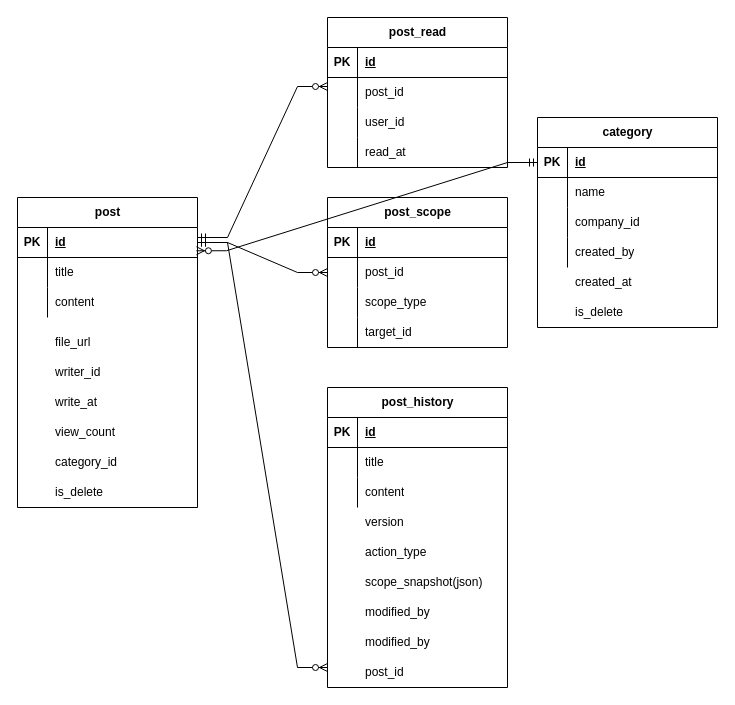
The draw.io diagram leaveEalry/게시판ERD.drawio in kikii-develope/system_architecture_design, before the edit. Source tidied: cells renumbered, new cells numbered last; positions are measured from the earlier drawing's top-left corner, leaving out a move shared by most shapes. Both pictures are drawn from the tidied source at 100%, with x=0, y=0 at pixel (17, 17).
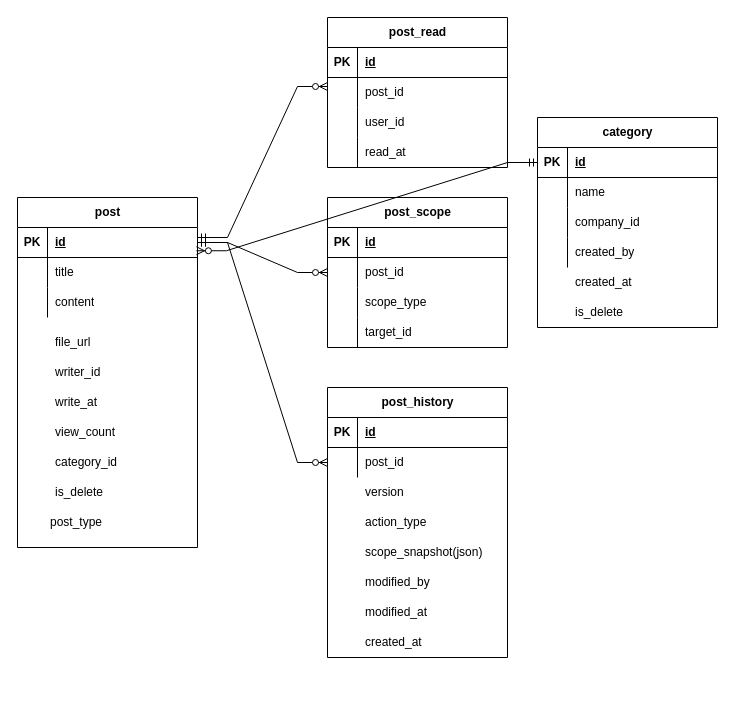
After the change.

Commit message:
게시판ERD.drawio이 추가되었습니다.

Unchanged cells that the change refers to:
```xml
<mxCell id="16" style="shape=tableRow;horizontal=0;startSize=0;swimlaneHead=0;swimlaneBody=0;fillColor=none;points=[[0,0.5],[1,0.5]];portConstraint=eastwest;top=0;left=0;right=0;bottom=1;" parent="15" vertex="1">
  <mxGeometry y="30" width="180" height="30" as="geometry" />
</mxCell>
<mxCell id="42" style="shape=tableRow;horizontal=0;startSize=0;swimlaneHead=0;swimlaneBody=0;fillColor=none;points=[[0,0.5],[1,0.5]];portConstraint=eastwest;top=0;left=0;right=0;bottom=0;" parent="38" vertex="1">
  <mxGeometry y="60" width="180" height="30" as="geometry" />
</mxCell>
<mxCell id="48" style="shape=tableRow;horizontal=0;startSize=0;swimlaneHead=0;swimlaneBody=0;fillColor=none;top=0;left=0;right=0;bottom=0;" parent="1" vertex="1">
  <mxGeometry x="310" y="490" width="180" height="30" as="geometry" />
</mxCell>
```

The edit, as a diff of the source:
```diff
@@
     <mxCell id="15" value="post" style="shape=table;startSize=30;childLayout=tableLayout;rowLines=0;fontStyle=1;align=center;html=1;" parent="1" vertex="1">
-      <mxGeometry y="180" width="180" height="310" as="geometry" />
+      <mxGeometry y="180" width="180" height="350" as="geometry" />
     </mxCell>
@@
     <mxCell id="38" value="post_history" style="shape=table;startSize=30;childLayout=tableLayout;rowLines=0;fontStyle=1;align=center;html=1;" parent="1" vertex="1">
-      <mxGeometry x="310" y="370" width="180" height="300" as="geometry" />
+      <mxGeometry x="310" y="370" width="180" height="270" as="geometry" />
     </mxCell>
@@
-    <mxCell id="44" value="title" style="shape=partialRectangle;fillColor=none;top=0;left=0;bottom=0;right=0;align=left;spacingLeft=6;overflow=hidden;whiteSpace=wrap;html=1;" parent="42" vertex="1">
+    <mxCell id="44" value="post_id" style="shape=partialRectangle;fillColor=none;top=0;left=0;bottom=0;right=0;align=left;spacingLeft=6;overflow=hidden;whiteSpace=wrap;html=1;" parent="42" vertex="1">
       <mxGeometry x="30" width="150" height="30" as="geometry" />
     </mxCell>
-    <mxCell id="45" style="shape=tableRow;horizontal=0;startSize=0;swimlaneHead=0;swimlaneBody=0;fillColor=none;top=0;left=0;right=0;bottom=0;" parent="38" vertex="1">
-      <mxGeometry y="90" width="180" height="30" as="geometry" />
-    </mxCell>
-    <mxCell id="46" style="shape=partialRectangle;fillColor=none;top=0;left=0;bottom=0;right=0;overflow=hidden;whiteSpace=wrap;html=1;" parent="45" vertex="1">
-      <mxGeometry width="30" height="30" as="geometry" />
-    </mxCell>
-    <mxCell id="47" value="content" style="shape=partialRectangle;fillColor=none;top=0;left=0;bottom=0;right=0;align=left;spacingLeft=6;overflow=hidden;whiteSpace=wrap;html=1;" parent="45" vertex="1">
-      <mxGeometry x="30" width="150" height="30" as="geometry" />
-    </mxCell>
@@
-    <mxCell id="50" value="version" style="shape=partialRectangle;fillColor=none;top=0;left=0;bottom=0;right=0;align=left;spacingLeft=6;overflow=hidden;whiteSpace=wrap;html=1;" parent="48" vertex="1">
-      <mxGeometry x="30" width="150" height="30" as="geometry" />
-    </mxCell>
     <mxCell id="51" value="action_type" style="shape=partialRectangle;fillColor=none;top=0;left=0;bottom=0;right=0;align=left;spacingLeft=6;overflow=hidden;whiteSpace=wrap;html=1;" parent="1" vertex="1">
-      <mxGeometry x="340" y="520" width="150" height="30" as="geometry" />
+      <mxGeometry x="340" y="490" width="150" height="30" as="geometry" />
     </mxCell>
     <mxCell id="52" value="scope_snapshot(json)" style="shape=partialRectangle;fillColor=none;top=0;left=0;bottom=0;right=0;align=left;spacingLeft=6;overflow=hidden;whiteSpace=wrap;html=1;" parent="1" vertex="1">
-      <mxGeometry x="340" y="550" width="150" height="30" as="geometry" />
+      <mxGeometry x="340" y="520" width="150" height="30" as="geometry" />
     </mxCell>
-    <mxCell id="53" value="modified_by" style="shape=partialRectangle;fillColor=none;top=0;left=0;bottom=0;right=0;align=left;spacingLeft=6;overflow=hidden;whiteSpace=wrap;html=1;" parent="1" vertex="1">
+    <mxCell id="53" value="modified_at" style="shape=partialRectangle;fillColor=none;top=0;left=0;bottom=0;right=0;align=left;spacingLeft=6;overflow=hidden;whiteSpace=wrap;html=1;" parent="1" vertex="1">
       <mxGeometry x="340" y="580" width="150" height="30" as="geometry" />
     </mxCell>
     <mxCell id="54" value="modified_by" style="shape=partialRectangle;fillColor=none;top=0;left=0;bottom=0;right=0;align=left;spacingLeft=6;overflow=hidden;whiteSpace=wrap;html=1;" parent="1" vertex="1">
-      <mxGeometry x="340" y="610" width="150" height="30" as="geometry" />
+      <mxGeometry x="340" y="550" width="150" height="30" as="geometry" />
     </mxCell>
@@
-    <mxCell id="57" value="post_id" style="shape=partialRectangle;fillColor=none;top=0;left=0;bottom=0;right=0;align=left;spacingLeft=6;overflow=hidden;whiteSpace=wrap;html=1;" parent="1" vertex="1">
-      <mxGeometry x="340" y="640" width="150" height="30" as="geometry" />
-    </mxCell>
-    <mxCell id="58" style="edgeStyle=entityRelationEdgeStyle;fontSize=12;html=1;endArrow=ERzeroToMany;startArrow=ERmandOne;rounded=0;exitX=1;exitY=0.5;exitDx=0;exitDy=0;" parent="1" edge="1" source="16">
-      <mxGeometry relative="1" as="geometry">
-        <mxPoint x="310" y="650" as="targetPoint" />
-      </mxGeometry>
+    <mxCell id="58" style="edgeStyle=entityRelationEdgeStyle;fontSize=12;html=1;endArrow=ERzeroToMany;startArrow=ERmandOne;rounded=0;exitX=1;exitY=0.5;exitDx=0;exitDy=0;entryX=0;entryY=0.5;entryDx=0;entryDy=0;" parent="1" edge="1" source="16" target="42">
+      <mxGeometry relative="1" as="geometry" />
     </mxCell>
@@
+    <mxCell id="93" value="post_type" style="shape=partialRectangle;fillColor=none;top=0;left=0;bottom=0;right=0;align=left;spacingLeft=6;overflow=hidden;whiteSpace=wrap;html=1;" parent="1" vertex="1">
+      <mxGeometry x="25" y="490" width="150" height="30" as="geometry" />
+    </mxCell>
+    <mxCell id="50" value="version" style="shape=partialRectangle;fillColor=none;top=0;left=0;bottom=0;right=0;align=left;spacingLeft=6;overflow=hidden;whiteSpace=wrap;html=1;" parent="1" vertex="1">
+      <mxGeometry x="340" y="460" width="150" height="30" as="geometry" />
+    </mxCell>
+    <mxCell id="94" value="created_at" style="shape=partialRectangle;fillColor=none;top=0;left=0;bottom=0;right=0;align=left;spacingLeft=6;overflow=hidden;whiteSpace=wrap;html=1;" parent="1" vertex="1">
+      <mxGeometry x="340" y="610" width="150" height="30" as="geometry" />
+    </mxCell>
```
